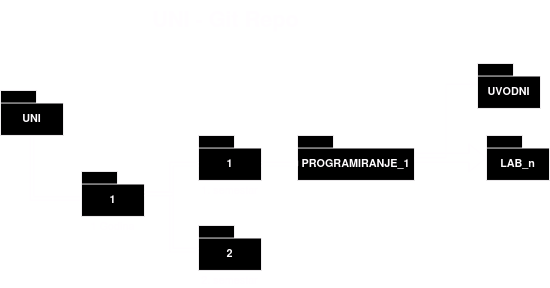
Earlier version of the draw.io export FESB-folder_struct.png (Roko191/uni). Source tidied: cells renumbered, new cells last; positions are measured from the earlier drawing's top-left corner, leaving out a move shared by most shapes.
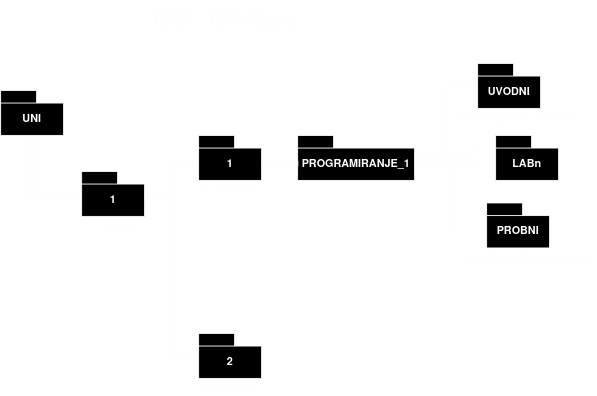
The same file after the commit.

Commit message:
Promjene na file structu

The edit, as a diff of the source:
```diff
@@ -26,7 +26,7 @@
       <mxGeometry x="220" y="150" width="70" height="50" as="geometry" />
     </mxCell>
     <mxCell id="7" value="2" style="shape=folder;fontStyle=1;spacingTop=10;tabWidth=40;tabHeight=14;tabPosition=left;html=1;whiteSpace=wrap;" parent="1" vertex="1">
-      <mxGeometry x="220" y="250" width="70" height="50" as="geometry" />
+      <mxGeometry x="220" y="370" width="70" height="50" as="geometry" />
     </mxCell>
     <mxCell id="8" style="edgeStyle=elbowEdgeStyle;shape=link;rounded=0;jettySize=auto;html=1;entryX=0;entryY=0;entryDx=0;entryDy=32;entryPerimeter=0;" parent="1" edge="1" source="4" target="6">
       <mxGeometry relative="1" as="geometry" />
@@ -48,8 +48,8 @@
         <mxPoint x="290" y="182" as="sourcePoint" />
       </mxGeometry>
     </mxCell>
-    <mxCell id="14" value="LAB_n" style="shape=folder;fontStyle=1;spacingTop=10;tabWidth=40;tabHeight=14;tabPosition=left;html=1;whiteSpace=wrap;" parent="1" vertex="1">
-      <mxGeometry x="540" y="150" width="70" height="50" as="geometry" />
+    <mxCell id="14" value="LABn" style="shape=folder;fontStyle=1;spacingTop=10;tabWidth=40;tabHeight=14;tabPosition=left;html=1;whiteSpace=wrap;" parent="1" vertex="1">
+      <mxGeometry x="550" y="150" width="70" height="50" as="geometry" />
     </mxCell>
     <object id="15" label="1. semestar" name="Variable" placeholders="1">
       <mxCell style="text;html=1;strokeColor=none;fillColor=none;align=center;verticalAlign=middle;whiteSpace=wrap;overflow=hidden;" parent="1" vertex="1">
@@ -58,7 +58,7 @@
     </object>
     <object id="16" label="2. semestar" name="Variable" placeholders="1">
       <mxCell style="text;html=1;strokeColor=none;fillColor=none;align=center;verticalAlign=middle;whiteSpace=wrap;overflow=hidden;" parent="1" vertex="1">
-        <mxGeometry x="215" y="300" width="80" height="20" as="geometry" />
+        <mxGeometry x="215" y="420" width="80" height="20" as="geometry" />
       </mxCell>
     </object>
     <mxCell id="17" value="UVODNI" style="shape=folder;fontStyle=1;spacingTop=10;tabWidth=40;tabHeight=14;tabPosition=left;html=1;whiteSpace=wrap;" parent="1" vertex="1">
@@ -67,5 +67,21 @@
     <mxCell id="18" style="edgeStyle=orthogonalEdgeStyle;rounded=0;jettySize=auto;html=1;entryX=0;entryY=0;entryDx=0;entryDy=23;entryPerimeter=0;" parent="1" edge="1" source="12" target="17">
       <mxGeometry relative="1" as="geometry" />
     </mxCell>
+    <mxCell id="19" value="PROBNI" style="shape=folder;fontStyle=1;spacingTop=10;tabWidth=40;tabHeight=14;tabPosition=left;html=1;whiteSpace=wrap;" parent="1" vertex="1">
+      <mxGeometry x="540" y="225" width="70" height="50" as="geometry" />
+    </mxCell>
+    <mxCell id="20" style="edgeStyle=orthogonalEdgeStyle;rounded=0;jettySize=auto;html=1;exitX=0;exitY=0;exitDx=130;exitDy=32;exitPerimeter=0;entryX=0;entryY=0;entryDx=0;entryDy=32;entryPerimeter=0;" parent="1" edge="1" source="12" target="19">
+      <mxGeometry relative="1" as="geometry" />
+    </mxCell>
+    <object id="21" label="Uvodni kolkovij za bodove" name="Variable" placeholders="1">
+      <mxCell style="text;html=1;strokeColor=none;fillColor=none;align=center;verticalAlign=middle;whiteSpace=wrap;overflow=hidden;" parent="1" vertex="1">
+        <mxGeometry x="500" y="120" width="150" height="20" as="geometry" />
+      </mxCell>
+    </object>
+    <object id="22" label="Zadatci s probnog kolokvija" name="Variable" placeholders="1">
+      <mxCell style="text;html=1;strokeColor=none;fillColor=none;align=center;verticalAlign=middle;whiteSpace=wrap;overflow=hidden;" parent="1" vertex="1">
+        <mxGeometry x="507.5" y="275" width="155" height="20" as="geometry" />
+      </mxCell>
+    </object>
   </root>
 </mxGraphModel>
```
